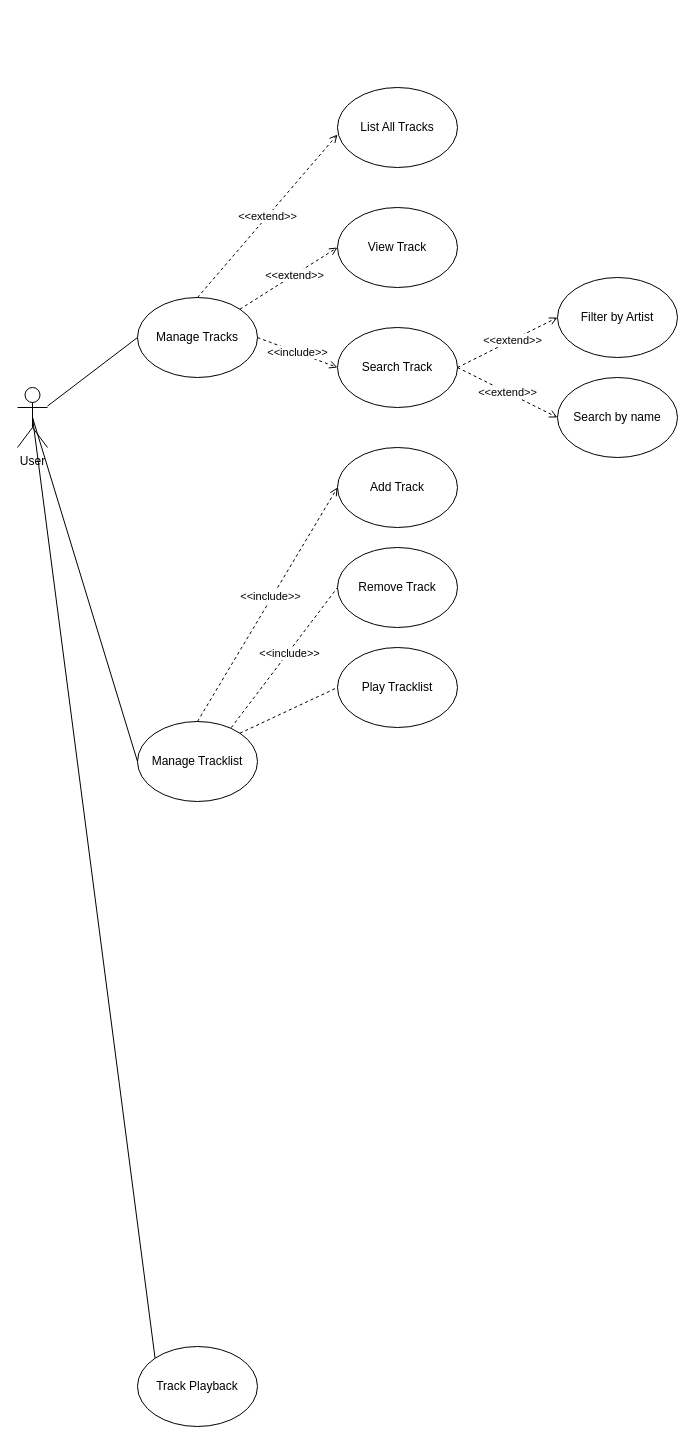
This is JukeBox/Untitled Diagram.drawio from peterpool-dasherz/oop-new, a draw.io file, before an edit. Source tidied: cells renumbered, new cells numbered last; positions are measured from the earlier drawing's top-left corner, leaving out a move shared by most shapes. Both pictures are drawn from the tidied source at 100%, with x=0, y=0 at pixel (17, 87).
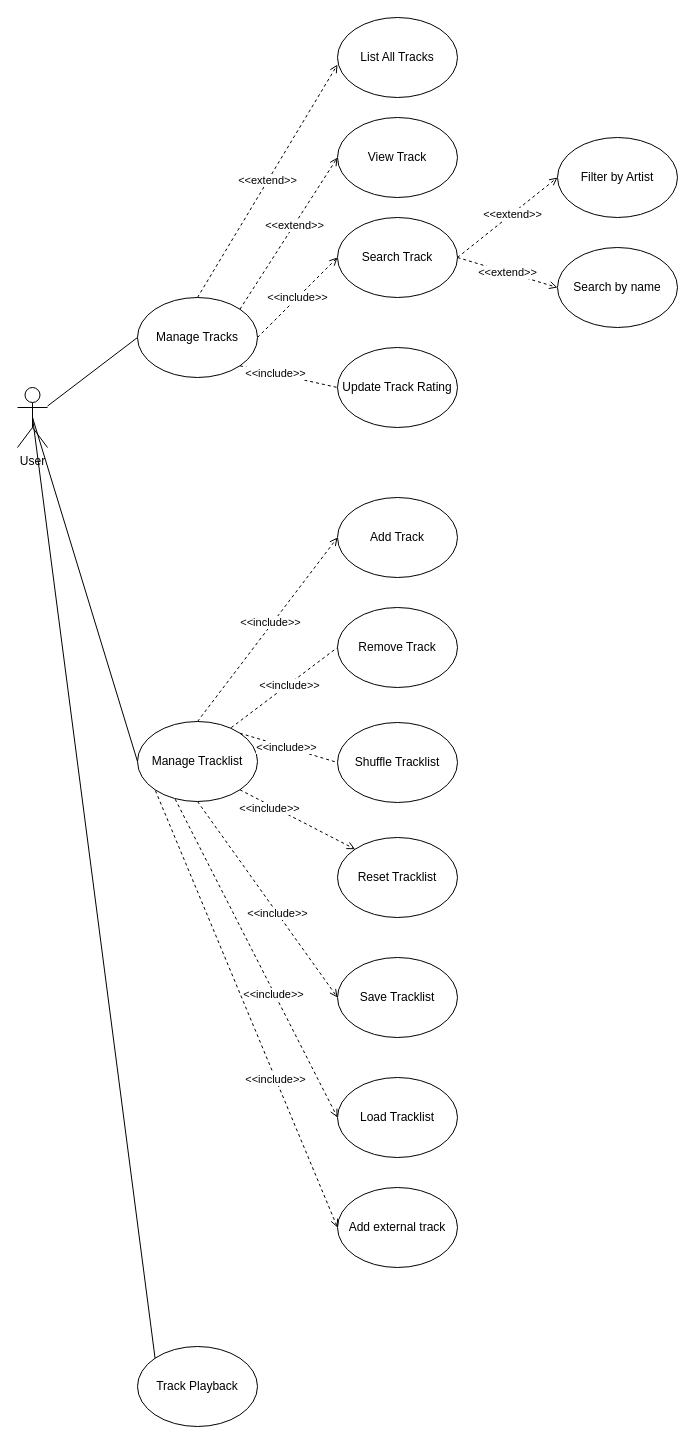
The same diagram, later.

The change refers to these unchanged cells:
```xml
<mxCell id="3" value="Manage Tracks" style="ellipse;whiteSpace=wrap;html=1;" parent="1" vertex="1">
  <mxGeometry x="120" y="210" width="120" height="80" as="geometry" />
</mxCell>
<mxCell id="4" value="Manage Tracklist" style="ellipse;whiteSpace=wrap;html=1;" parent="1" vertex="1">
  <mxGeometry x="120" y="634" width="120" height="80" as="geometry" />
</mxCell>
<mxCell id="28" style="endArrow=none;dashed=1;html=1;rounded=0;exitX=1;exitY=0;exitDx=0;exitDy=0;entryX=0;entryY=0.5;entryDx=0;entryDy=0;" parent="1" edge="1" source="4" target="27">
  <mxGeometry relative="1" as="geometry" />
</mxCell>
```

Diff of the diagram source:
```diff
@@
     <mxCell id="7" value="List All Tracks" style="ellipse;whiteSpace=wrap;html=1;" parent="1" vertex="1">
-      <mxGeometry x="320" width="120" height="80" as="geometry" />
+      <mxGeometry x="320" y="-70" width="120" height="80" as="geometry" />
     </mxCell>
@@
     <mxCell id="9" value="View Track" style="ellipse;whiteSpace=wrap;html=1;" parent="1" vertex="1">
-      <mxGeometry x="320" y="120" width="120" height="80" as="geometry" />
+      <mxGeometry x="320" y="30" width="120" height="80" as="geometry" />
     </mxCell>
@@
     <mxCell id="12" value="Search Track" style="ellipse;whiteSpace=wrap;html=1;" parent="1" vertex="1">
-      <mxGeometry x="320" y="240" width="120" height="80" as="geometry" />
+      <mxGeometry x="320" y="130" width="120" height="80" as="geometry" />
     </mxCell>
@@
     <mxCell id="14" value="Filter by Artist" style="ellipse;whiteSpace=wrap;html=1;" parent="1" vertex="1">
-      <mxGeometry x="540" y="190" width="120" height="80" as="geometry" />
+      <mxGeometry x="540" y="50" width="120" height="80" as="geometry" />
     </mxCell>
@@
     <mxCell id="17" value="Search by name" style="ellipse;whiteSpace=wrap;html=1;" parent="1" vertex="1">
-      <mxGeometry x="540" y="290" width="120" height="80" as="geometry" />
+      <mxGeometry x="540" y="160" width="120" height="80" as="geometry" />
     </mxCell>
@@
     <mxCell id="21" value="Add Track" style="ellipse;whiteSpace=wrap;html=1;" parent="1" vertex="1">
-      <mxGeometry x="320" y="360" width="120" height="80" as="geometry" />
+      <mxGeometry x="320" y="410" width="120" height="80" as="geometry" />
     </mxCell>
@@
     <mxCell id="24" value="Remove Track" style="ellipse;whiteSpace=wrap;html=1;" parent="1" vertex="1">
-      <mxGeometry x="320" y="460" width="120" height="80" as="geometry" />
+      <mxGeometry x="320" y="520" width="120" height="80" as="geometry" />
     </mxCell>
@@
-    <mxCell id="27" value="Play Tracklist" style="ellipse;whiteSpace=wrap;html=1;" parent="1" vertex="1">
-      <mxGeometry x="320" y="560" width="120" height="80" as="geometry" />
+    <mxCell id="27" value="Shuffle Tracklist" style="ellipse;whiteSpace=wrap;html=1;" parent="1" vertex="1">
+      <mxGeometry x="320" y="635" width="120" height="80" as="geometry" />
     </mxCell>
@@
+    <mxCell id="29" value="&amp;lt;&amp;lt;include&amp;gt;&amp;gt;" style="edgeLabel;html=1;align=center;verticalAlign=middle;" parent="28" vertex="1">
+      <mxGeometry x="-0.06" relative="1" as="geometry" />
+    </mxCell>
+    <mxCell id="30" value="Update Track Rating" style="ellipse;whiteSpace=wrap;html=1;" parent="1" vertex="1">
+      <mxGeometry x="320" y="260" width="120" height="80" as="geometry" />
+    </mxCell>
+    <mxCell id="31" style="endArrow=none;dashed=1;html=1;rounded=0;exitX=1;exitY=1;exitDx=0;exitDy=0;entryX=0;entryY=0.5;entryDx=0;entryDy=0;" parent="1" edge="1" source="3" target="30">
+      <mxGeometry relative="1" as="geometry" />
+    </mxCell>
+    <mxCell id="32" value="&amp;lt;&amp;lt;include&amp;gt;&amp;gt;" style="edgeLabel;html=1;align=center;verticalAlign=middle;" parent="31" vertex="1">
+      <mxGeometry x="-0.27" y="1" relative="1" as="geometry" />
+    </mxCell>
+    <mxCell id="33" value="Reset Tracklist" style="ellipse;whiteSpace=wrap;html=1;" parent="1" vertex="1">
+      <mxGeometry x="320" y="750" width="120" height="80" as="geometry" />
+    </mxCell>
+    <mxCell id="34" style="endArrow=open;dashed=1;html=1;rounded=0;exitX=1;exitY=1;exitDx=0;exitDy=0;entryX=0;entryY=0;entryDx=0;entryDy=0;endFill=0;" parent="1" edge="1" source="4" target="33">
+      <mxGeometry relative="1" as="geometry" />
+    </mxCell>
+    <mxCell id="35" value="&amp;lt;&amp;lt;include&amp;gt;&amp;gt;" style="edgeLabel;html=1;align=center;verticalAlign=middle;" parent="34" vertex="1">
+      <mxGeometry x="-0.47" y="-3" relative="1" as="geometry" />
+    </mxCell>
+    <mxCell id="36" value="Save Tracklist" style="ellipse;whiteSpace=wrap;html=1;" parent="1" vertex="1">
+      <mxGeometry x="320" y="870" width="120" height="80" as="geometry" />
+    </mxCell>
+    <mxCell id="37" value="Load Tracklist" style="ellipse;whiteSpace=wrap;html=1;" parent="1" vertex="1">
+      <mxGeometry x="320" y="990" width="120" height="80" as="geometry" />
+    </mxCell>
+    <mxCell id="38" style="endArrow=open;dashed=1;html=1;rounded=0;exitX=0.5;exitY=1;exitDx=0;exitDy=0;entryX=0;entryY=0.5;entryDx=0;entryDy=0;endFill=0;" parent="1" edge="1" source="4" target="36">
+      <mxGeometry relative="1" as="geometry" />
+    </mxCell>
+    <mxCell id="39" value="&amp;lt;&amp;lt;include&amp;gt;&amp;gt;" style="edgeLabel;html=1;align=center;verticalAlign=middle;" parent="38" vertex="1">
+      <mxGeometry x="0.14" relative="1" as="geometry" />
+    </mxCell>
+    <mxCell id="40" style="endArrow=open;dashed=1;html=1;rounded=0;exitX=0.314;exitY=0.971;exitDx=0;exitDy=0;exitPerimeter=0;entryX=0;entryY=0.5;entryDx=0;entryDy=0;endFill=0;" parent="1" edge="1" source="4" target="37">
+      <mxGeometry relative="1" as="geometry" />
+    </mxCell>
+    <mxCell id="41" value="&amp;lt;&amp;lt;include&amp;gt;&amp;gt;" style="edgeLabel;html=1;align=center;verticalAlign=middle;" parent="40" vertex="1">
+      <mxGeometry x="0.22" y="-1" relative="1" as="geometry" />
+    </mxCell>
+    <mxCell id="42" value="Add external track" style="ellipse;whiteSpace=wrap;html=1;" parent="1" vertex="1">
+      <mxGeometry x="320" y="1100" width="120" height="80" as="geometry" />
+    </mxCell>
+    <mxCell id="43" style="endArrow=none;dashed=1;html=1;rounded=0;exitX=0;exitY=0.5;exitDx=0;exitDy=0;entryX=0;entryY=1;entryDx=0;entryDy=0;endFill=0;startArrow=open;startFill=0;" parent="1" edge="1" source="42" target="4">
+      <mxGeometry relative="1" as="geometry" />
+    </mxCell>
+    <mxCell id="44" value="&amp;lt;&amp;lt;include&amp;gt;&amp;gt;" style="edgeLabel;html=1;align=center;verticalAlign=middle;" parent="43" vertex="1">
+      <mxGeometry x="-0.32" y="1" relative="1" as="geometry" />
+    </mxCell>
```
